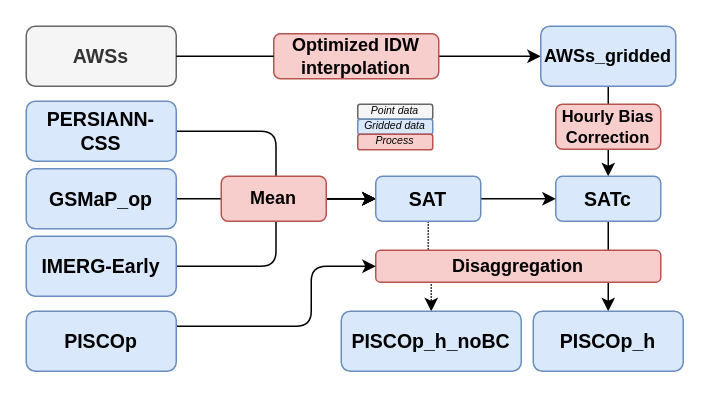
Above: Untitled Diagram.drawio in adrHuerta/diagrams (draw.io), before the change. Source tidied: cells renumbered, new cells numbered last; positions are measured from the earlier drawing's top-left corner, leaving out a move shared by most shapes. Both pictures are drawn from the tidied source at 150%, with x=0, y=0 at pixel (26, 26).
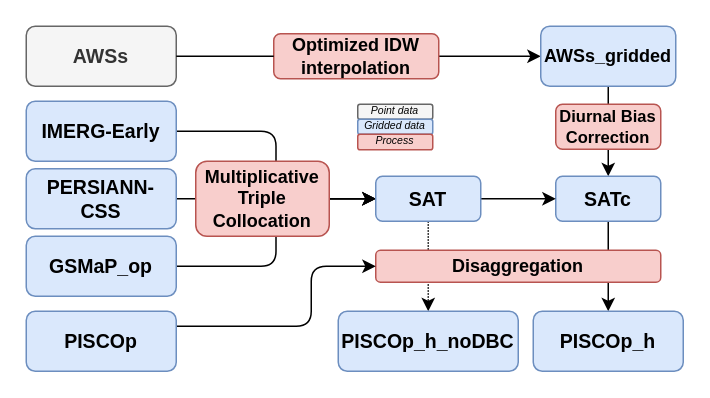
After the change.

Unchanged cells that the change refers to:
```xml
<mxCell id="24" value="SAT" style="rounded=1;whiteSpace=wrap;html=1;fillColor=#dae8fc;strokeColor=#6c8ebf;fontStyle=1;fontSize=13;" parent="1" vertex="1">
  <mxGeometry x="233" y="100" width="70" height="30" as="geometry" />
</mxCell>
```

Diff of the diagram source:
```diff
@@
-    <mxCell id="5" value="PERSIANN-CSS" style="rounded=1;whiteSpace=wrap;html=1;fillColor=#dae8fc;strokeColor=#6c8ebf;fontStyle=1;fontSize=13;" parent="1" vertex="1">
+    <mxCell id="5" value="IMERG-Early" style="rounded=1;whiteSpace=wrap;html=1;fillColor=#dae8fc;strokeColor=#6c8ebf;fontStyle=1;fontSize=13;" parent="1" vertex="1">
       <mxGeometry y="50" width="100" height="40" as="geometry" />
     </mxCell>
@@
-    <mxCell id="7" value="GSMaP_op" style="rounded=1;whiteSpace=wrap;html=1;fillColor=#dae8fc;strokeColor=#6c8ebf;fontStyle=1;fontSize=13;" parent="1" vertex="1">
+    <mxCell id="7" value="PERSIANN-CSS" style="rounded=1;whiteSpace=wrap;html=1;fillColor=#dae8fc;strokeColor=#6c8ebf;fontStyle=1;fontSize=13;" parent="1" vertex="1">
       <mxGeometry y="95" width="100" height="40" as="geometry" />
     </mxCell>
-    <mxCell id="8" style="edgeStyle=orthogonalEdgeStyle;rounded=0;jettySize=auto;html=1;entryX=0;entryY=0.5;entryDx=0;entryDy=0;fontSize=10;startArrow=none;" parent="1" edge="1" source="26" target="24">
-      <mxGeometry relative="1" as="geometry" />
-    </mxCell>
@@
-    <mxCell id="10" value="IMERG-Early" style="rounded=1;whiteSpace=wrap;html=1;fillColor=#dae8fc;strokeColor=#6c8ebf;fontStyle=1;fontSize=13;" parent="1" vertex="1">
+    <mxCell id="10" value="&lt;span&gt;GSMaP_op&lt;/span&gt;" style="rounded=1;whiteSpace=wrap;html=1;fillColor=#dae8fc;strokeColor=#6c8ebf;fontStyle=1;fontSize=13;" parent="1" vertex="1">
       <mxGeometry y="140" width="100" height="40" as="geometry" />
     </mxCell>
@@
-    <mxCell id="22" value="Hourly Bias Correction" style="text;html=1;align=center;verticalAlign=middle;whiteSpace=wrap;rounded=1;fillColor=#f8cecc;strokeColor=#b85450;fontStyle=1;fontSize=11;" parent="1" vertex="1">
+    <mxCell id="22" value="Diurnal Bias Correction" style="text;html=1;align=center;verticalAlign=middle;whiteSpace=wrap;rounded=1;fillColor=#f8cecc;strokeColor=#b85450;fontStyle=1;fontSize=11;" parent="1" vertex="1">
       <mxGeometry x="353" y="52" width="70" height="30" as="geometry" />
     </mxCell>
@@
-    <mxCell id="25" value="PISCOp_h_noBC" style="rounded=1;whiteSpace=wrap;html=1;fillColor=#dae8fc;strokeColor=#6c8ebf;fontStyle=1;fontSize=13;" parent="1" vertex="1">
-      <mxGeometry x="210" y="190" width="120" height="40" as="geometry" />
+    <mxCell id="25" value="PISCOp_h_noDBC" style="rounded=1;whiteSpace=wrap;html=1;fillColor=#dae8fc;strokeColor=#6c8ebf;fontStyle=1;fontSize=13;" parent="1" vertex="1">
+      <mxGeometry x="208" y="190" width="120" height="40" as="geometry" />
     </mxCell>
-    <mxCell id="26" value="Mean" style="text;html=1;align=center;verticalAlign=middle;whiteSpace=wrap;rounded=1;fillColor=#f8cecc;strokeColor=#b85450;fontStyle=1;fontSize=12;" parent="1" vertex="1">
-      <mxGeometry x="130" y="100" width="70" height="30" as="geometry" />
+    <mxCell id="26" value="Multiplicative Triple&lt;br&gt;Collocation" style="text;html=1;align=center;verticalAlign=middle;whiteSpace=wrap;rounded=1;fillColor=#f8cecc;strokeColor=#b85450;fontStyle=1;fontSize=12;" parent="1" vertex="1">
+      <mxGeometry x="113" y="90" width="89" height="50" as="geometry" />
     </mxCell>
     <mxCell id="27" style="group;fontSize=7;" parent="1" vertex="1">
-      <mxGeometry x="221" y="52" width="50" height="30.4" as="geometry" />
+      <mxGeometry x="221" y="52" width="100" height="30.4" as="geometry" />
     </mxCell>
```
